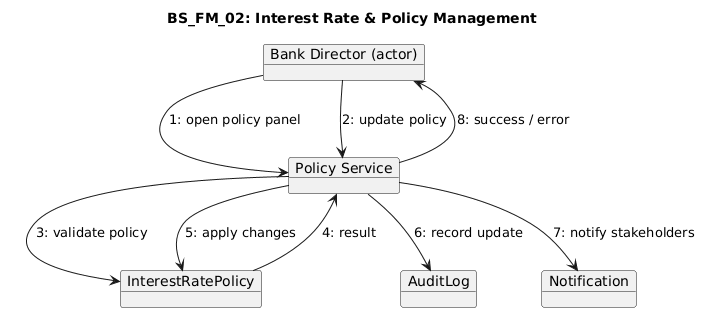
Above: Diagrams/Collaboration Diagrams/BS_FM_02.png in erindkotobelli12/BankManagementSystem (PlantUML), before the change.
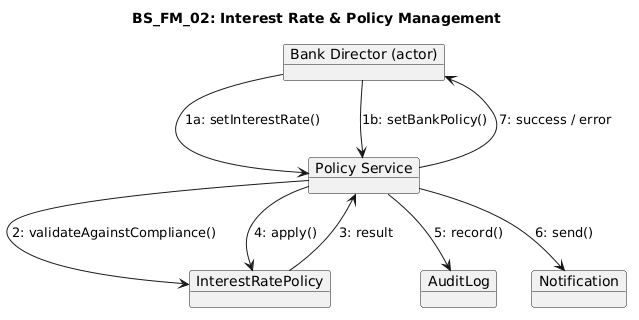
The same file after the commit.

Change to the diagram source:
```diff
@@ -1,22 +1,18 @@
 @startuml
 title BS_FM_02: Interest Rate & Policy Management
 
-object "Bank Director (actor)" as BD
-object "Policy Service" as PS
-object "InterestRatePolicy" as IRP
-object "AuditLog" as AL
-object "Notification" as NS
+object "Bank Director (actor)" as director
+object "Policy Service" as policyService
+object "InterestRatePolicy" as interestRatePolicy
+object "AuditLog" as auditLog
+object "Notification" as notification
 
-BD --> PS : 1: open policy panel
-BD --> PS : 2: update policy
-
-PS --> IRP : 3: validate policy
-IRP --> PS : 4: result
-
-PS --> IRP : 5: apply changes
-
-PS --> AL : 6: record update
-PS --> NS : 7: notify stakeholders
-
-PS --> BD : 8: success / error
+director --> policyService : 1a: setInterestRate()
+director --> policyService : 1b: setBankPolicy()
+policyService --> interestRatePolicy : 2: validateAgainstCompliance()
+interestRatePolicy --> policyService : 3: result
+policyService --> interestRatePolicy : 4: apply()
+policyService --> auditLog : 5: record()
+policyService --> notification : 6: send()
+policyService --> director : 7: success / error
 @enduml
```
